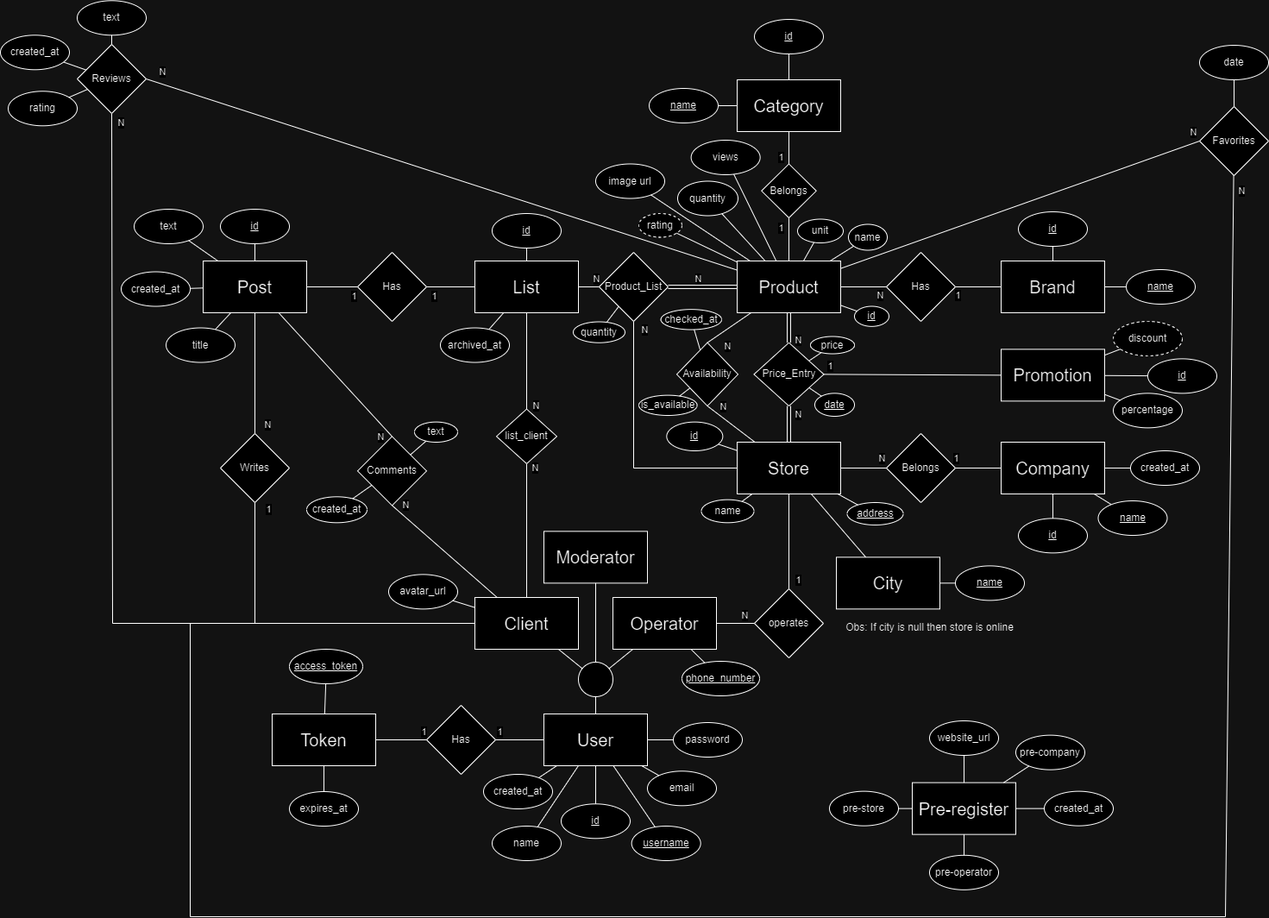
AndreGraca3/Market-Tracker keeps this draw.io diagram as docs/EA_model.png. Above is the earlier version. Source tidied: cells renumbered, new cells last; positions are measured from the earlier drawing's top-left corner, leaving out a move shared by most shapes.
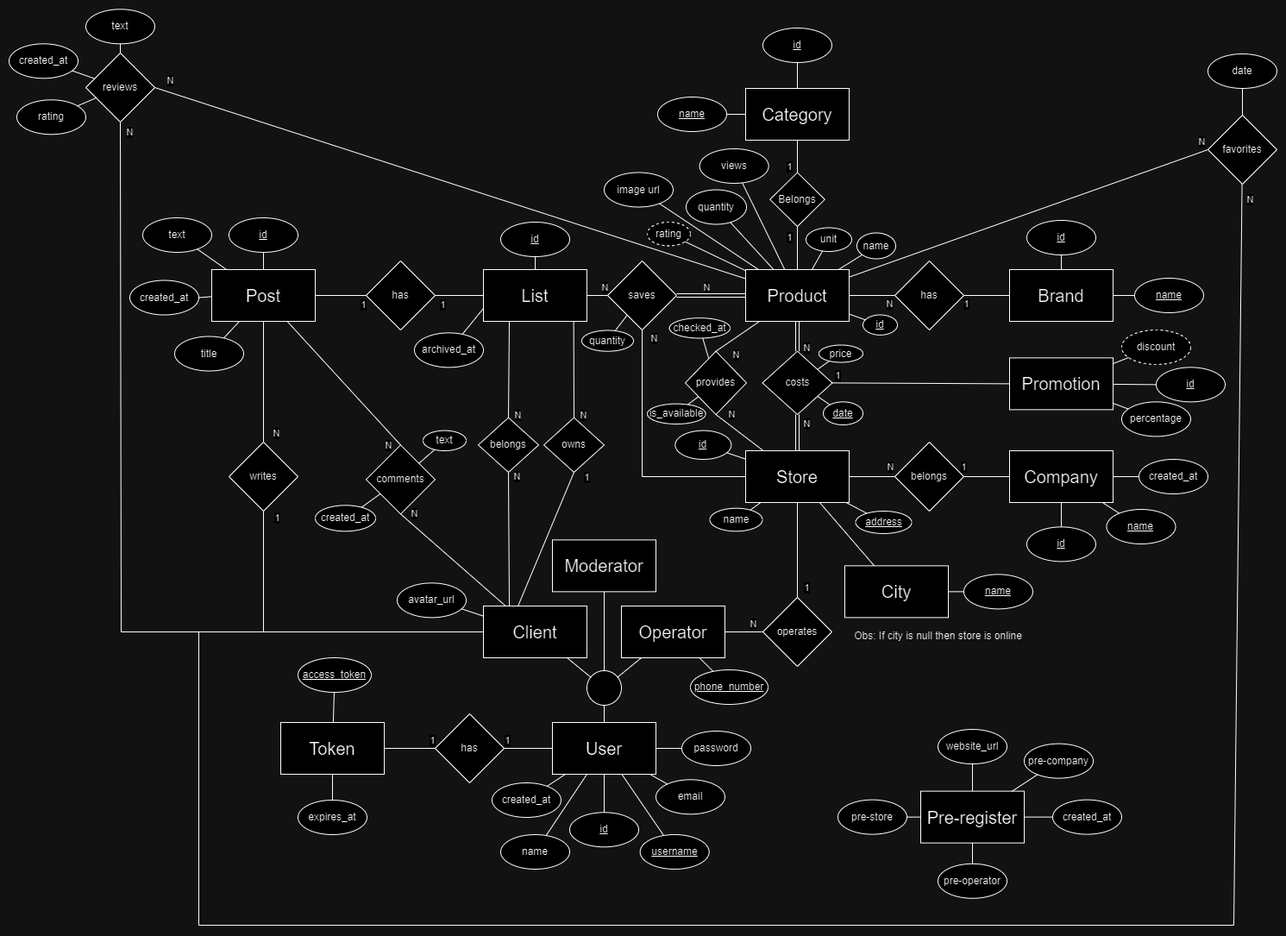
The same file after the commit.

The edit, as a diff of the source:
```diff
@@ -47,7 +47,7 @@
     <mxCell id="16" value="&lt;span style=&quot;font-size: 20px;&quot;&gt;List&lt;/span&gt;" style="rounded=0;whiteSpace=wrap;html=1;" parent="1" vertex="1">
       <mxGeometry x="550" y="302" width="120" height="60" as="geometry" />
     </mxCell>
-    <mxCell id="17" value="Price_Entry" style="rhombus;whiteSpace=wrap;html=1;shadow=0;strokeColor=default;gradientColor=none;fillColor=default;fillStyle=auto;" parent="1" vertex="1">
+    <mxCell id="17" value="costs" style="rhombus;whiteSpace=wrap;html=1;shadow=0;strokeColor=default;gradientColor=none;fillColor=default;fillStyle=auto;" parent="1" vertex="1">
       <mxGeometry x="873.5" y="396.7" width="81" height="73.4" as="geometry" />
     </mxCell>
     <mxCell id="18" style="endArrow=none;html=1;rounded=0;exitX=0.5;exitY=1;exitDx=0;exitDy=0;entryX=0.5;entryY=0;entryDx=0;entryDy=0;shape=link;" parent="1" edge="1" source="2" target="17">
@@ -58,10 +58,10 @@
         <mxPoint x="13" y="19" as="offset" />
       </mxGeometry>
     </mxCell>
-    <mxCell id="20" value="N" style="endArrow=none;html=1;rounded=0;entryX=0.5;entryY=1;entryDx=0;entryDy=0;" parent="1" edge="1" source="5" target="34">
+    <mxCell id="20" value="N" style="endArrow=none;html=1;rounded=0;entryX=0.5;entryY=1;entryDx=0;entryDy=0;exitX=0.25;exitY=0;exitDx=0;exitDy=0;" parent="1" edge="1" source="5" target="34">
       <mxGeometry x="0.94" y="-10" relative="1" as="geometry" />
     </mxCell>
-    <mxCell id="21" style="endArrow=none;html=1;rounded=0;strokeColor=default;exitX=0.5;exitY=0;exitDx=0;exitDy=0;entryX=0.5;entryY=1;entryDx=0;entryDy=0;" parent="1" edge="1" source="34" target="16">
+    <mxCell id="21" style="endArrow=none;html=1;rounded=0;strokeColor=default;exitX=0.5;exitY=0;exitDx=0;exitDy=0;entryX=0.25;entryY=1;entryDx=0;entryDy=0;" parent="1" edge="1" source="34" target="16">
       <mxGeometry relative="1" as="geometry" />
     </mxCell>
     <mxCell id="22" value="N" style="edgeLabel;html=1;align=center;verticalAlign=middle;" parent="21" vertex="1">
@@ -69,7 +69,7 @@
         <mxPoint x="9" y="51" as="offset" />
       </mxGeometry>
     </mxCell>
-    <mxCell id="23" value="Product_List" style="rhombus;whiteSpace=wrap;html=1;" parent="1" vertex="1">
+    <mxCell id="23" value="saves" style="rhombus;whiteSpace=wrap;html=1;" parent="1" vertex="1">
       <mxGeometry x="694" y="292" width="80" height="80" as="geometry" />
     </mxCell>
     <mxCell id="24" style="endArrow=none;html=1;rounded=0;shape=link;" parent="1" edge="1" source="2" target="23">
@@ -108,8 +108,8 @@
     <mxCell id="33" style="endArrow=none;html=1;rounded=0;" parent="1" edge="1" source="32" target="16">
       <mxGeometry relative="1" as="geometry" />
     </mxCell>
-    <mxCell id="34" value="list_client" style="rhombus;whiteSpace=wrap;html=1;" parent="1" vertex="1">
-      <mxGeometry x="575" y="473.6" width="70" height="63.3" as="geometry" />
+    <mxCell id="34" value="belongs" style="rhombus;whiteSpace=wrap;html=1;" parent="1" vertex="1">
+      <mxGeometry x="544" y="473.7" width="70" height="63.3" as="geometry" />
     </mxCell>
     <mxCell id="35" value="&lt;u&gt;date&lt;/u&gt;" style="ellipse;whiteSpace=wrap;html=1;" parent="1" vertex="1">
       <mxGeometry x="944" y="455.4" width="46" height="26.6" as="geometry" />
@@ -141,7 +141,7 @@
     <mxCell id="44" style="endArrow=none;html=1;rounded=0;" parent="1" edge="1" source="2" target="43">
       <mxGeometry relative="1" as="geometry" />
     </mxCell>
-    <mxCell id="45" value="Has" style="rhombus;whiteSpace=wrap;html=1;" parent="1" vertex="1">
+    <mxCell id="45" value="has" style="rhombus;whiteSpace=wrap;html=1;" parent="1" vertex="1">
       <mxGeometry x="494" y="817" width="80" height="80" as="geometry" />
     </mxCell>
     <mxCell id="46" style="endArrow=none;html=1;rounded=0;" parent="1" edge="1" source="45" target="154">
@@ -259,7 +259,7 @@
     <mxCell id="80" style="endArrow=none;html=1;rounded=0;" parent="1" edge="1" source="79" target="76">
       <mxGeometry relative="1" as="geometry" />
     </mxCell>
-    <mxCell id="81" value="Has" style="rhombus;whiteSpace=wrap;html=1;" parent="1" vertex="1">
+    <mxCell id="81" value="has" style="rhombus;whiteSpace=wrap;html=1;" parent="1" vertex="1">
       <mxGeometry x="1027" y="292" width="80" height="80" as="geometry" />
     </mxCell>
     <mxCell id="82" value="1" style="endArrow=none;html=1;rounded=0;entryX=1;entryY=0.5;entryDx=0;entryDy=0;" parent="1" edge="1" source="76" target="81">
@@ -277,7 +277,7 @@
     <mxCell id="86" value="&lt;span style=&quot;font-size: 20px;&quot;&gt;Company&lt;/span&gt;" style="rounded=0;whiteSpace=wrap;html=1;" parent="1" vertex="1">
       <mxGeometry x="1160" y="512" width="120" height="60" as="geometry" />
     </mxCell>
-    <mxCell id="87" value="Belongs" style="rhombus;whiteSpace=wrap;html=1;" parent="1" vertex="1">
+    <mxCell id="87" value="belongs" style="rhombus;whiteSpace=wrap;html=1;" parent="1" vertex="1">
       <mxGeometry x="1027" y="502" width="80" height="80" as="geometry" />
     </mxCell>
     <mxCell id="88" style="endArrow=none;html=1;rounded=0;entryX=0;entryY=0.5;entryDx=0;entryDy=0;exitX=1;exitY=0.5;exitDx=0;exitDy=0;" parent="1" edge="1" source="28" target="87">
@@ -318,7 +318,7 @@
         <mxPoint x="7" y="-70" as="offset" />
       </mxGeometry>
     </mxCell>
-    <mxCell id="97" value="Reviews" style="rhombus;whiteSpace=wrap;html=1;" parent="1" vertex="1">
+    <mxCell id="97" value="reviews" style="rhombus;whiteSpace=wrap;html=1;" parent="1" vertex="1">
       <mxGeometry x="89" y="51" width="80" height="80" as="geometry" />
     </mxCell>
     <mxCell id="98" style="endArrow=none;html=1;rounded=0;exitX=1;exitY=0.5;exitDx=0;exitDy=0;" parent="1" edge="1" source="97" target="2">
@@ -353,7 +353,7 @@
     <mxCell id="107" style="endArrow=none;html=1;rounded=0;" parent="1" edge="1" source="2" target="106">
       <mxGeometry relative="1" as="geometry" />
     </mxCell>
-    <mxCell id="108" value="Favorites" style="rhombus;whiteSpace=wrap;html=1;" parent="1" vertex="1">
+    <mxCell id="108" value="favorites" style="rhombus;whiteSpace=wrap;html=1;" parent="1" vertex="1">
       <mxGeometry x="1390" y="123" width="80" height="80" as="geometry" />
     </mxCell>
     <mxCell id="109" style="endArrow=none;html=1;rounded=0;exitX=0;exitY=0.5;exitDx=0;exitDy=0;" parent="1" edge="1" source="108" target="2">
@@ -400,7 +400,7 @@
     <mxCell id="122" style="endArrow=none;html=1;rounded=0;" parent="1" edge="1" source="121" target="116">
       <mxGeometry relative="1" as="geometry" />
     </mxCell>
-    <mxCell id="123" value="Writes" style="rhombus;whiteSpace=wrap;html=1;" parent="1" vertex="1">
+    <mxCell id="123" value="writes" style="rhombus;whiteSpace=wrap;html=1;" parent="1" vertex="1">
       <mxGeometry x="255" y="502" width="80" height="80" as="geometry" />
     </mxCell>
     <mxCell id="124" style="endArrow=none;html=1;rounded=0;exitX=0.5;exitY=1;exitDx=0;exitDy=0;" parent="1" edge="1" source="123" target="5">
@@ -430,7 +430,7 @@
     <mxCell id="130" value="N" style="endArrow=none;html=1;rounded=0;exitX=0.5;exitY=0;exitDx=0;exitDy=0;" parent="1" edge="1" source="123" target="116">
       <mxGeometry x="-0.85" y="-15" relative="1" as="geometry" />
     </mxCell>
-    <mxCell id="131" value="Has" style="rhombus;whiteSpace=wrap;html=1;" parent="1" vertex="1">
+    <mxCell id="131" value="has" style="rhombus;whiteSpace=wrap;html=1;" parent="1" vertex="1">
       <mxGeometry x="414" y="292" width="80" height="80" as="geometry" />
     </mxCell>
     <mxCell id="132" style="endArrow=none;html=1;rounded=0;" parent="1" edge="1" source="116" target="131">
@@ -449,13 +449,13 @@
         <mxPoint x="-16" y="8" as="offset" />
       </mxGeometry>
     </mxCell>
-    <mxCell id="136" value="Comments" style="rhombus;whiteSpace=wrap;html=1;" parent="1" vertex="1">
+    <mxCell id="136" value="comments" style="rhombus;whiteSpace=wrap;html=1;" parent="1" vertex="1">
       <mxGeometry x="414" y="505.4" width="80" height="80" as="geometry" />
     </mxCell>
     <mxCell id="137" value="&lt;span&gt;archived_at&lt;/span&gt;" style="ellipse;whiteSpace=wrap;html=1;fontStyle=0;" parent="1" vertex="1">
-      <mxGeometry x="510" y="379.5" width="80" height="40" as="geometry" />
+      <mxGeometry x="470" y="375.4" width="80" height="40" as="geometry" />
     </mxCell>
-    <mxCell id="138" style="endArrow=none;html=1;rounded=0;" parent="1" edge="1" source="137" target="16">
+    <mxCell id="138" style="endArrow=none;html=1;rounded=0;entryX=0;entryY=0.75;entryDx=0;entryDy=0;" parent="1" edge="1" source="137" target="16">
       <mxGeometry relative="1" as="geometry" />
     </mxCell>
     <mxCell id="139" style="endArrow=none;html=1;rounded=0;entryX=0.5;entryY=1;entryDx=0;entryDy=0;exitX=0;exitY=0.5;exitDx=0;exitDy=0;" parent="1" edge="1" source="28" target="23">
@@ -587,7 +587,7 @@
     <mxCell id="175" style="endArrow=none;html=1;rounded=0;" parent="1" edge="1" source="167" target="174">
       <mxGeometry relative="1" as="geometry" />
     </mxCell>
-    <mxCell id="176" value="Availability" style="rhombus;whiteSpace=wrap;html=1;shadow=0;strokeColor=default;gradientColor=none;fillColor=default;fillStyle=auto;" parent="1" vertex="1">
+    <mxCell id="176" value="provides" style="rhombus;whiteSpace=wrap;html=1;shadow=0;strokeColor=default;gradientColor=none;fillColor=default;fillStyle=auto;" parent="1" vertex="1">
       <mxGeometry x="784" y="396.7" width="71" height="73.4" as="geometry" />
     </mxCell>
     <mxCell id="177" value="N" style="endArrow=none;html=1;rounded=0;exitX=0.5;exitY=0;exitDx=0;exitDy=0;" parent="1" edge="1" source="176" target="2">
@@ -650,5 +650,24 @@
     <mxCell id="195" style="endArrow=none;html=1;rounded=0;" parent="1" edge="1" source="194" target="176">
       <mxGeometry relative="1" as="geometry" />
     </mxCell>
+    <mxCell id="196" style="endArrow=none;html=1;rounded=0;strokeColor=default;entryX=0.872;entryY=1;entryDx=0;entryDy=0;entryPerimeter=0;exitX=0.5;exitY=0;exitDx=0;exitDy=0;" parent="1" edge="1" source="198" target="16">
+      <mxGeometry relative="1" as="geometry" />
+    </mxCell>
+    <mxCell id="197" value="N" style="edgeLabel;html=1;align=center;verticalAlign=middle;" parent="196" vertex="1">
+      <mxGeometry x="-0.02" y="-1" relative="1" as="geometry">
+        <mxPoint x="9" y="51" as="offset" />
+      </mxGeometry>
+    </mxCell>
+    <mxCell id="198" value="owns" style="rhombus;whiteSpace=wrap;html=1;" parent="1" vertex="1">
+      <mxGeometry x="620" y="473.7" width="70" height="63.3" as="geometry" />
+    </mxCell>
+    <mxCell id="199" style="endArrow=none;html=1;rounded=0;entryX=0.5;entryY=1;entryDx=0;entryDy=0;exitX=0.333;exitY=0.007;exitDx=0;exitDy=0;exitPerimeter=0;" parent="1" edge="1" source="5" target="198">
+      <mxGeometry relative="1" as="geometry" />
+    </mxCell>
+    <mxCell id="200" value="1" style="edgeLabel;html=1;align=center;verticalAlign=middle;" parent="1" vertex="1">
+      <mxGeometry x="674.8" y="479.7" as="geometry">
+        <mxPoint x="-6" y="63" as="offset" />
+      </mxGeometry>
+    </mxCell>
   </root>
 </mxGraphModel>
```
